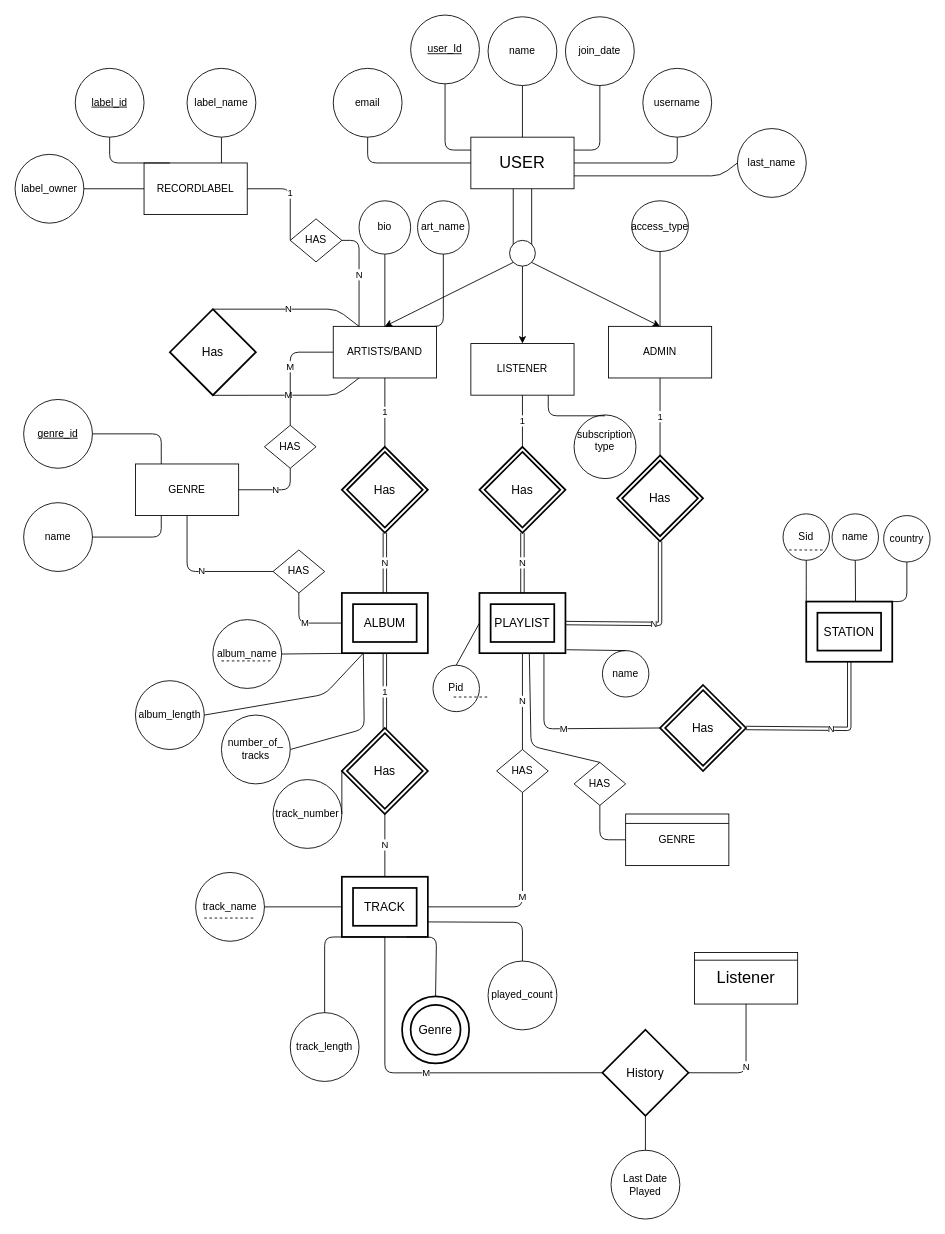
Arianshh/Music_Database keeps this draw.io diagram as Untitled Diagram.drawio. Above is the earlier version. Source tidied: cells renumbered, new cells numbered last; positions are measured from the earlier drawing's top-left corner, leaving out a move shared by most shapes. Both pictures are drawn from the tidied source at 86%, with x=0, y=0 at pixel (15, 15).
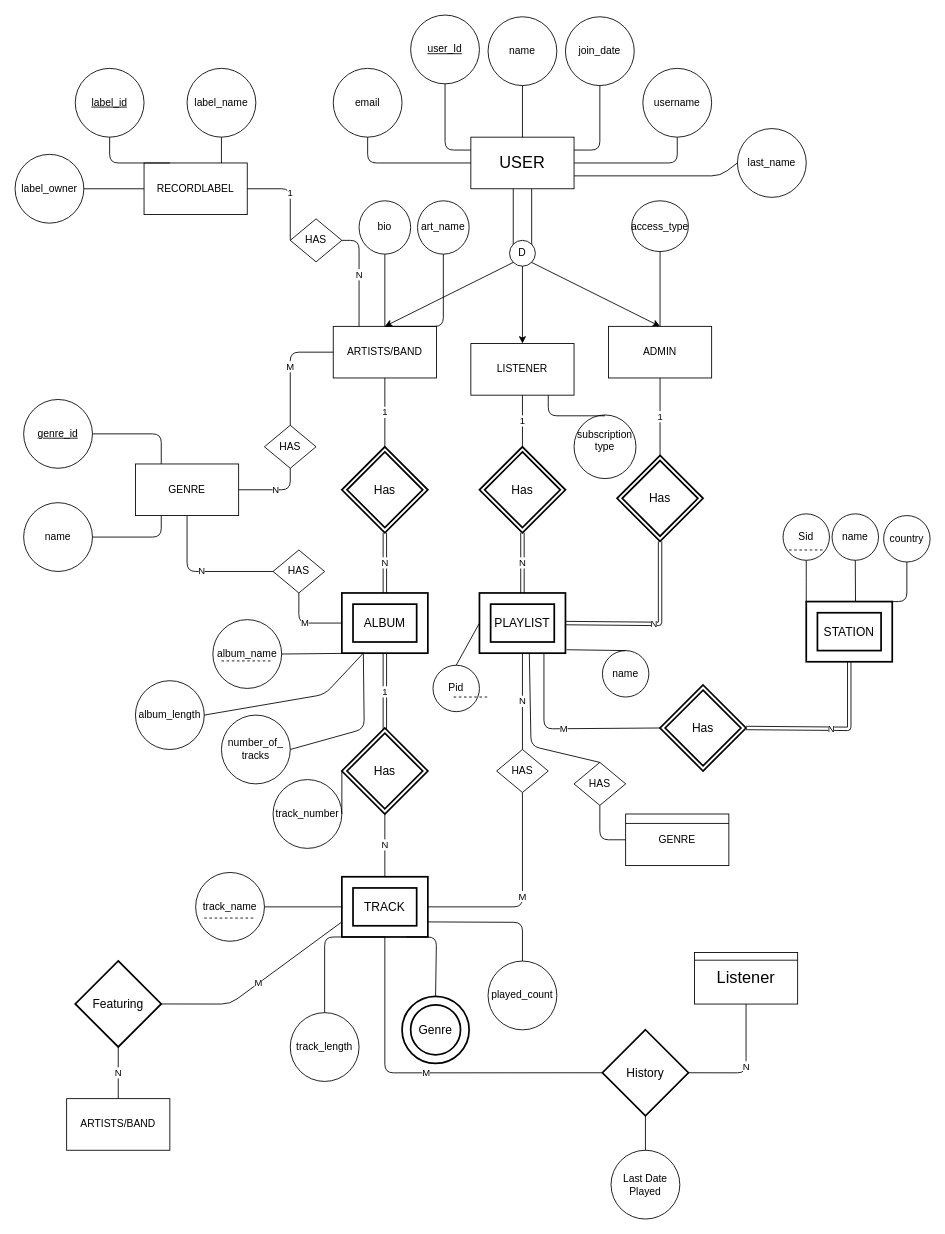
Above is the later version.

Commit message:
Fix musicdb-project Diagram

Unchanged cells that the change refers to:
```xml
<mxCell id="8" value="ARTISTS/BAND" style="rounded=0;whiteSpace=wrap;html=1;" parent="1" vertex="1">
  <mxGeometry x="370" y="362" width="120" height="60" as="geometry" />
</mxCell>
<mxCell id="20" value="TRACK" style="shape=ext;strokeWidth=2;margin=10;double=1;whiteSpace=wrap;html=1;align=center;fontSize=14;" parent="1" vertex="1">
  <mxGeometry x="380" y="1002" width="100" height="70" as="geometry" />
</mxCell>
```

The edit, as a diff of the source:
```diff
@@
-    <mxCell id="4" style="ellipse;whiteSpace=wrap;html=1;" parent="1" vertex="1">
+    <mxCell id="4" value="D" style="ellipse;whiteSpace=wrap;html=1;" parent="1" vertex="1">
       <mxGeometry x="575" y="262" width="30" height="30" as="geometry" />
     </mxCell>
@@
-    <mxCell id="11" value="Has" style="shape=rhombus;strokeWidth=2;fontSize=17;perimeter=rhombusPerimeter;whiteSpace=wrap;html=1;align=center;fontSize=14;" parent="1" vertex="1">
-      <mxGeometry x="180" y="342" width="100" height="100" as="geometry" />
-    </mxCell>
-    <mxCell id="12" value="N" style="endArrow=none;html=1;exitX=0.5;exitY=0;exitDx=0;exitDy=0;entryX=0.25;entryY=0;entryDx=0;entryDy=0;" parent="1" edge="1" source="11" target="8">
-      <mxGeometry relative="1" as="geometry">
-        <Array as="points">
-          <mxPoint x="374" y="342" />
-        </Array>
-      </mxGeometry>
-    </mxCell>
-    <mxCell id="13" value="M" style="endArrow=none;html=1;exitX=0.5;exitY=0;exitDx=0;exitDy=0;entryX=0.25;entryY=1;entryDx=0;entryDy=0;" parent="1" edge="1" target="8">
-      <mxGeometry relative="1" as="geometry">
-        <mxPoint x="230.2" y="442.2" as="sourcePoint" />
-        <Array as="points">
-          <mxPoint x="374" y="442" />
-        </Array>
-      </mxGeometry>
-    </mxCell>
@@
+    <mxCell id="119" value="ARTISTS/BAND" style="rounded=0;whiteSpace=wrap;html=1;" parent="1" vertex="1">
+      <mxGeometry x="60" y="1260" width="120" height="60" as="geometry" />
+    </mxCell>
+    <mxCell id="120" value="Featuring" style="shape=rhombus;strokeWidth=2;fontSize=17;perimeter=rhombusPerimeter;whiteSpace=wrap;html=1;align=center;fontSize=14;" parent="1" vertex="1">
+      <mxGeometry x="70" y="1099.9" width="100" height="100" as="geometry" />
+    </mxCell>
+    <mxCell id="12" value="N" style="endArrow=none;html=1;entryX=0.5;entryY=1;entryDx=0;entryDy=0;exitX=0.5;exitY=0;exitDx=0;exitDy=0;" parent="1" edge="1" source="119" target="120">
+      <mxGeometry relative="1" as="geometry" />
+    </mxCell>
+    <mxCell id="13" value="M" style="endArrow=none;html=1;entryX=0;entryY=0.75;entryDx=0;entryDy=0;exitX=1;exitY=0.5;exitDx=0;exitDy=0;" parent="1" edge="1" source="120" target="20">
+      <mxGeometry relative="1" as="geometry">
+        <Array as="points">
+          <mxPoint x="250" y="1150" />
+        </Array>
+      </mxGeometry>
+    </mxCell>
```
